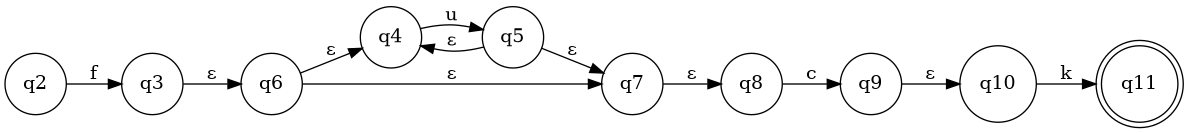
Earlier version of the Graphviz export test.png.gv.png (KevOub/automata-project). Its source is kept beside it as test.png.gv.
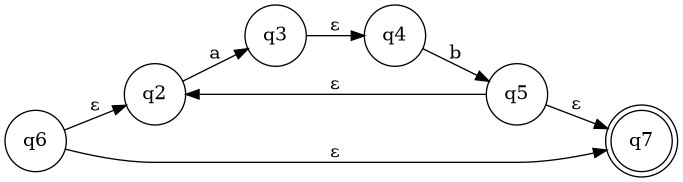
The same file after the commit.

What changed in the source:
```diff
@@ -5,20 +5,12 @@
 	q4 [label=q4 shape=circle]
 	q5 [label=q5 shape=circle]
 	q6 [label=q6 shape=circle]
-	q7 [label=q7 shape=circle]
-	q8 [label=q8 shape=circle]
-	q9 [label=q9 shape=circle]
-	q10 [label=q10 shape=circle]
-	q11 [label=q11 shape=doublecircle]
-	q2 -> q3 [label=f]
-	q3 -> q6 [label="ε"]
-	q4 -> q5 [label=u]
-	q5 -> q4 [label="ε"]
+	q7 [label=q7 shape=doublecircle]
+	q2 -> q3 [label=a]
+	q3 -> q4 [label="ε"]
+	q4 -> q5 [label=b]
+	q5 -> q2 [label="ε"]
 	q5 -> q7 [label="ε"]
-	q6 -> q4 [label="ε"]
+	q6 -> q2 [label="ε"]
 	q6 -> q7 [label="ε"]
-	q7 -> q8 [label="ε"]
-	q8 -> q9 [label=c]
-	q9 -> q10 [label="ε"]
-	q10 -> q11 [label=k]
 }
```
